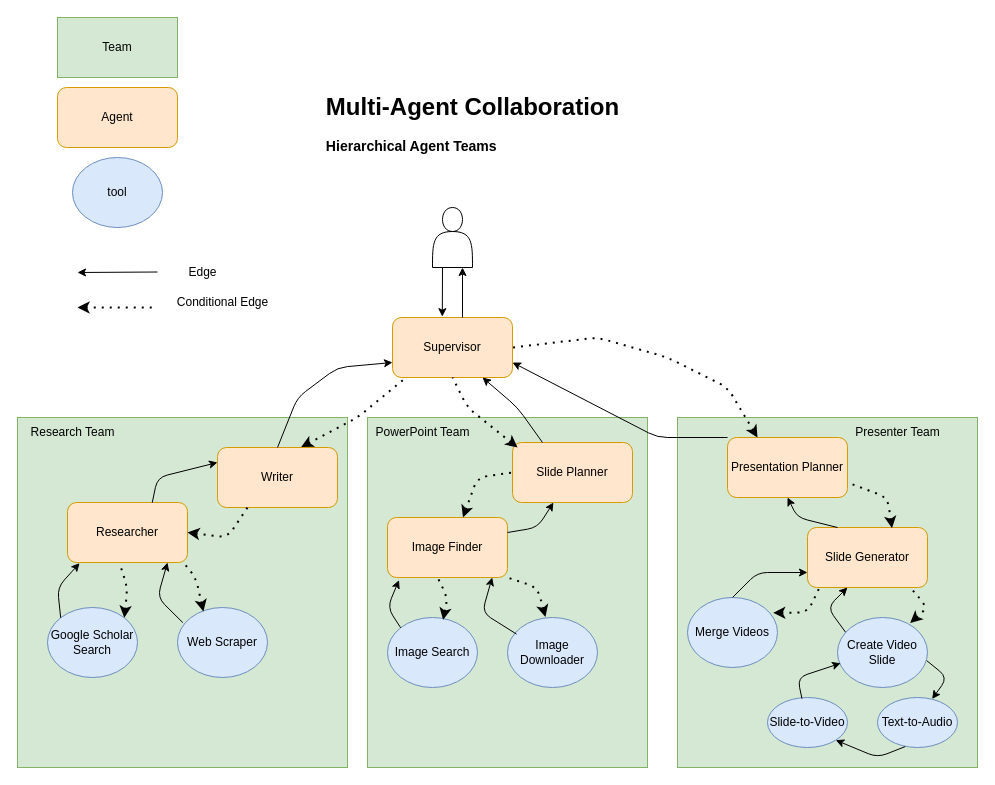
Earlier version of the draw.io diagram architecture.drawio (cyrus2281/MAC-SlideGenerator). Source tidied: cells renumbered, new cells numbered last; positions are measured from the earlier drawing's top-left corner, leaving out a move shared by most shapes. Both pictures are drawn from the tidied source at 100%, with x=0, y=0 at pixel (17, 17).
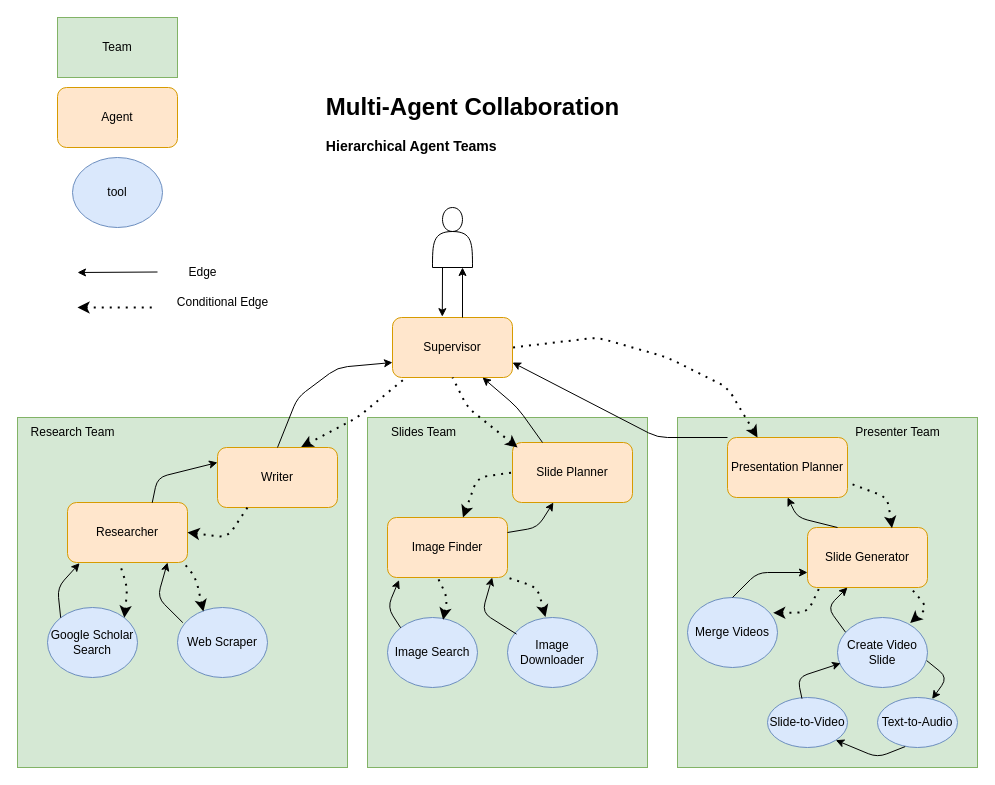
The same diagram, later.

What changed in the source:
```diff
@@
-    <mxCell id="54" value="PowerPoint Team" style="text;html=1;align=center;verticalAlign=middle;strokeColor=none;fillColor=none;" parent="1" vertex="1">
-      <mxGeometry x="345" y="400" width="120" height="30" as="geometry" />
+    <mxCell id="54" value="Slides Team" style="text;html=1;align=center;verticalAlign=middle;strokeColor=none;fillColor=none;" parent="1" vertex="1">
+      <mxGeometry x="364" y="402" width="83" height="26" as="geometry" />
     </mxCell>
```
